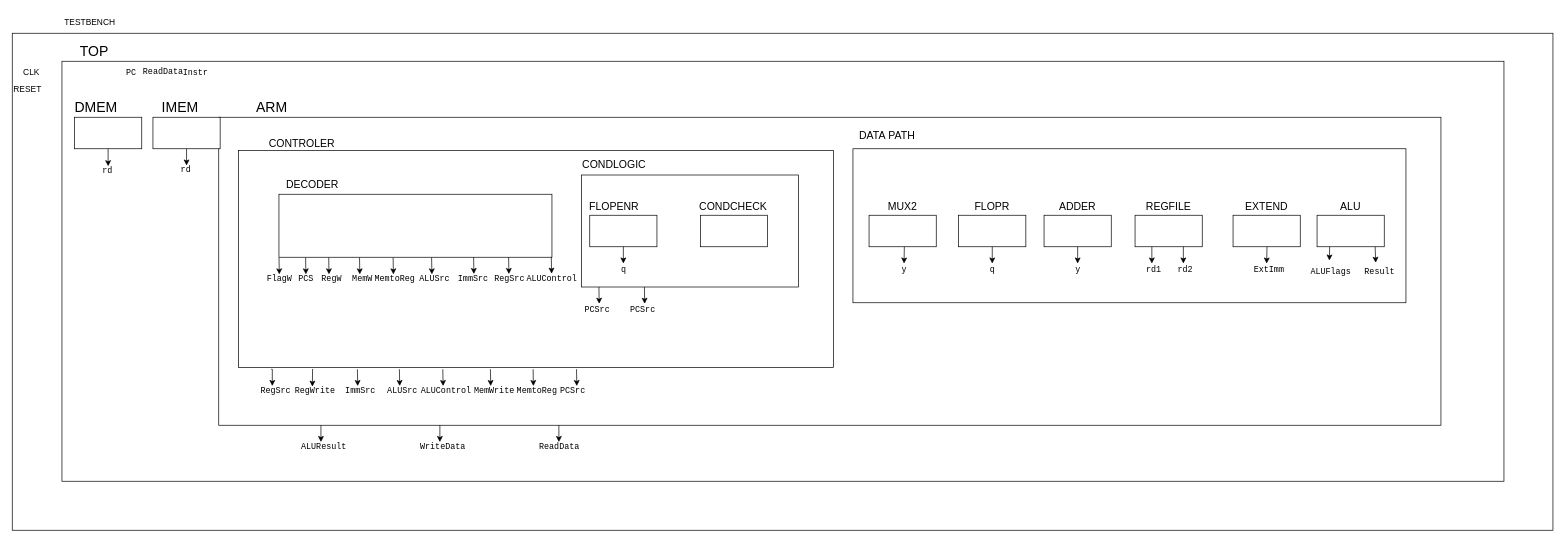
This is ACSE.drawio from Lucas2408/ACSE, a draw.io file, before an edit. Source tidied: cells renumbered, new cells numbered last; positions are measured from the earlier drawing's top-left corner, leaving out a move shared by most shapes. Both pictures are drawn from the tidied source at 70%, with x=0, y=0 at pixel (12, 12).
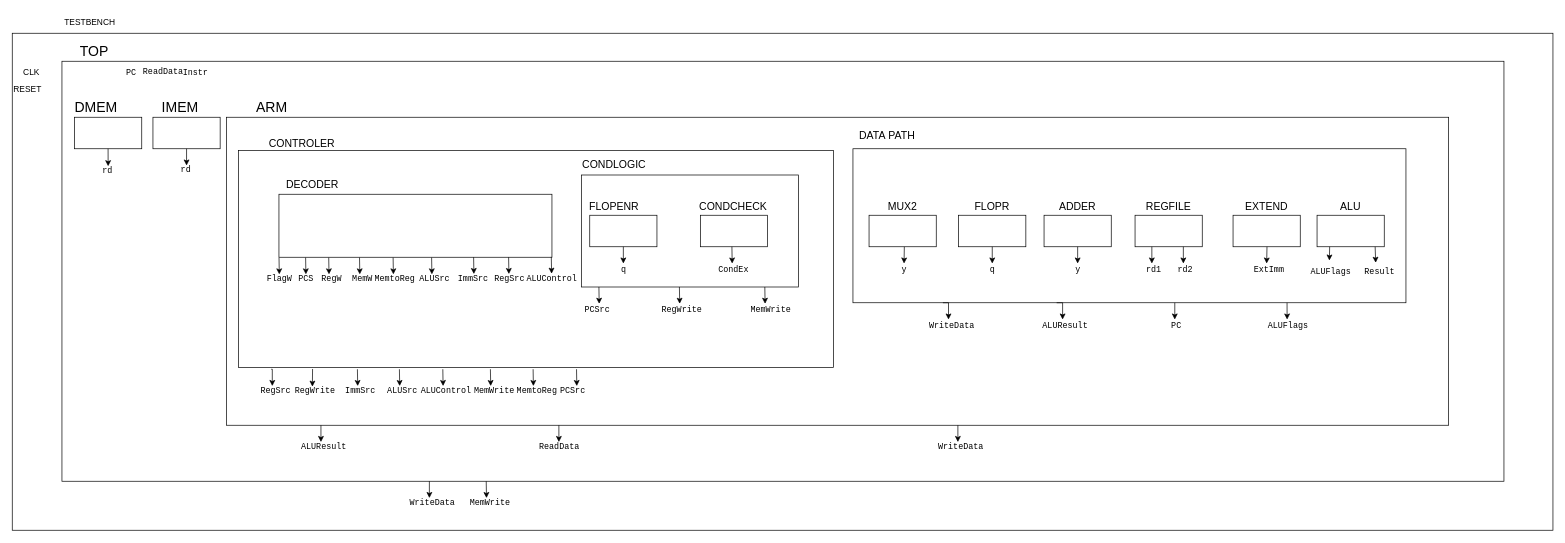
The same diagram, later.

The change refers to these unchanged cells:
```xml
<mxCell id="19" style="rounded=0;whiteSpace=wrap;html=1;" parent="1" vertex="1">
  <mxGeometry x="1201" y="195" width="790" height="220" as="geometry" />
</mxCell>
```

What changed in the source:
```diff
@@
     <mxCell id="8" style="rounded=0;whiteSpace=wrap;html=1;" parent="1" vertex="1">
-      <mxGeometry x="295" y="150" width="1746" height="440" as="geometry" />
+      <mxGeometry x="306" y="150" width="1746" height="440" as="geometry" />
     </mxCell>
@@
     <mxCell id="65" value="&lt;code&gt;WriteData&lt;/code&gt;" style="text;html=1;align=left;verticalAlign=middle;whiteSpace=wrap;rounded=0;" parent="1" vertex="1">
-      <mxGeometry x="581" y="614" width="60" height="11" as="geometry" />
+      <mxGeometry x="1321" y="614" width="60" height="11" as="geometry" />
     </mxCell>
     <mxCell id="66" style="edgeStyle=orthogonalEdgeStyle;rounded=0;orthogonalLoop=1;jettySize=auto;html=1;entryX=0.5;entryY=0;entryDx=0;entryDy=0;" parent="1" edge="1">
       <mxGeometry relative="1" as="geometry">
-        <mxPoint x="610.9" y="590" as="sourcePoint" />
-        <mxPoint x="610.9" y="614" as="targetPoint" />
+        <mxPoint x="1350.9" y="590" as="sourcePoint" />
+        <mxPoint x="1350.9" y="614" as="targetPoint" />
       </mxGeometry>
     </mxCell>
@@
     <mxCell id="105" style="edgeStyle=orthogonalEdgeStyle;rounded=0;orthogonalLoop=1;jettySize=auto;html=1;exitX=0.486;exitY=1;exitDx=0;exitDy=0;exitPerimeter=0;" parent="1" edge="1">
       <mxGeometry relative="1" as="geometry">
-        <mxPoint x="903.1" y="392.5" as="sourcePoint" />
-        <mxPoint x="903.5" y="416.5" as="targetPoint" />
+        <mxPoint x="953.1" y="392.5" as="sourcePoint" />
+        <mxPoint x="953.5" y="416.5" as="targetPoint" />
       </mxGeometry>
     </mxCell>
-    <mxCell id="106" value="&lt;code&gt;PCSrc&lt;/code&gt;" style="text;html=1;align=left;verticalAlign=middle;whiteSpace=wrap;rounded=0;" parent="1" vertex="1">
-      <mxGeometry x="881" y="419.5" width="40" height="11" as="geometry" />
+    <mxCell id="106" value="&lt;code&gt;RegWrite&lt;/code&gt;" style="text;html=1;align=left;verticalAlign=middle;whiteSpace=wrap;rounded=0;" parent="1" vertex="1">
+      <mxGeometry x="926" y="419.5" width="40" height="11" as="geometry" />
     </mxCell>
+    <mxCell id="107" value="&lt;code&gt;MemWrite&lt;/code&gt;" style="text;html=1;align=left;verticalAlign=middle;whiteSpace=wrap;rounded=0;" parent="1" vertex="1">
+      <mxGeometry x="1053" y="419.5" width="40" height="11" as="geometry" />
+    </mxCell>
+    <mxCell id="108" style="edgeStyle=orthogonalEdgeStyle;rounded=0;orthogonalLoop=1;jettySize=auto;html=1;exitX=0.486;exitY=1;exitDx=0;exitDy=0;exitPerimeter=0;" parent="1" edge="1">
+      <mxGeometry relative="1" as="geometry">
+        <mxPoint x="1075.1" y="392.5" as="sourcePoint" />
+        <mxPoint x="1075.5" y="416.5" as="targetPoint" />
+      </mxGeometry>
+    </mxCell>
+    <mxCell id="109" value="&lt;code&gt;CondEx&lt;/code&gt;" style="text;html=1;align=left;verticalAlign=middle;whiteSpace=wrap;rounded=0;" parent="1" vertex="1">
+      <mxGeometry x="1007" y="362" width="40" height="11" as="geometry" />
+    </mxCell>
+    <mxCell id="110" style="edgeStyle=orthogonalEdgeStyle;rounded=0;orthogonalLoop=1;jettySize=auto;html=1;exitX=0.486;exitY=1;exitDx=0;exitDy=0;exitPerimeter=0;" parent="1" edge="1">
+      <mxGeometry relative="1" as="geometry">
+        <mxPoint x="1028.1" y="335" as="sourcePoint" />
+        <mxPoint x="1028.5" y="359" as="targetPoint" />
+      </mxGeometry>
+    </mxCell>
+    <mxCell id="111" value="&lt;code&gt;ALUFlags&lt;/code&gt;" style="text;html=1;align=left;verticalAlign=middle;whiteSpace=wrap;rounded=0;" parent="1" vertex="1">
+      <mxGeometry x="1791.5" y="439" width="59.5" height="16" as="geometry" />
+    </mxCell>
+    <mxCell id="112" style="edgeStyle=orthogonalEdgeStyle;rounded=0;jettySize=auto;html=1;entryX=0.5;entryY=0;entryDx=0;entryDy=0;exitX=0.785;exitY=1;exitDx=0;exitDy=0;exitPerimeter=0;" parent="1" edge="1" source="19" target="111">
+      <mxGeometry relative="1" as="geometry" />
+    </mxCell>
+    <mxCell id="113" style="edgeStyle=orthogonalEdgeStyle;rounded=0;jettySize=auto;html=1;entryX=0.5;entryY=0;entryDx=0;entryDy=0;exitX=0.582;exitY=1;exitDx=0;exitDy=0;exitPerimeter=0;" parent="1" edge="1" source="19" target="114">
+      <mxGeometry relative="1" as="geometry" />
+    </mxCell>
+    <mxCell id="114" value="&lt;code&gt;PC&lt;/code&gt;" style="text;html=1;align=left;verticalAlign=middle;whiteSpace=wrap;rounded=0;" parent="1" vertex="1">
+      <mxGeometry x="1653.5" y="439" width="14.5" height="16" as="geometry" />
+    </mxCell>
+    <mxCell id="115" style="edgeStyle=orthogonalEdgeStyle;rounded=0;jettySize=auto;html=1;entryX=0.5;entryY=0;entryDx=0;entryDy=0;" parent="1" edge="1" target="116">
+      <mxGeometry relative="1" as="geometry">
+        <mxPoint x="1492" y="415" as="sourcePoint" />
+      </mxGeometry>
+    </mxCell>
+    <mxCell id="116" value="&lt;code&gt;ALUResult&lt;/code&gt;" style="text;html=1;align=left;verticalAlign=middle;whiteSpace=wrap;rounded=0;" parent="1" vertex="1">
+      <mxGeometry x="1470" y="439" width="61" height="16" as="geometry" />
+    </mxCell>
+    <mxCell id="117" value="&lt;code&gt;WriteData&lt;/code&gt;" style="text;html=1;align=left;verticalAlign=middle;whiteSpace=wrap;rounded=0;" parent="1" vertex="1">
+      <mxGeometry x="1307.5" y="439" width="60" height="16" as="geometry" />
+    </mxCell>
+    <mxCell id="118" style="edgeStyle=orthogonalEdgeStyle;rounded=0;jettySize=auto;html=1;entryX=0.5;entryY=0;entryDx=0;entryDy=0;" parent="1" edge="1" target="117">
+      <mxGeometry relative="1" as="geometry">
+        <mxPoint x="1329.5" y="415" as="sourcePoint" />
+      </mxGeometry>
+    </mxCell>
+    <mxCell id="119" style="edgeStyle=orthogonalEdgeStyle;rounded=0;orthogonalLoop=1;jettySize=auto;html=1;exitX=0.486;exitY=1;exitDx=0;exitDy=0;exitPerimeter=0;" parent="1" edge="1">
+      <mxGeometry relative="1" as="geometry">
+        <mxPoint x="677.1" y="670" as="sourcePoint" />
+        <mxPoint x="677.5" y="694" as="targetPoint" />
+      </mxGeometry>
+    </mxCell>
+    <mxCell id="120" value="&lt;code&gt;MemWrite&lt;/code&gt;" style="text;html=1;align=left;verticalAlign=middle;whiteSpace=wrap;rounded=0;" parent="1" vertex="1">
+      <mxGeometry x="652" y="694" width="58" height="11" as="geometry" />
+    </mxCell>
+    <mxCell id="121" value="&lt;code&gt;WriteData&lt;/code&gt;" style="text;html=1;align=left;verticalAlign=middle;whiteSpace=wrap;rounded=0;" parent="1" vertex="1">
+      <mxGeometry x="566" y="694" width="60" height="11" as="geometry" />
+    </mxCell>
+    <mxCell id="122" style="edgeStyle=orthogonalEdgeStyle;rounded=0;orthogonalLoop=1;jettySize=auto;html=1;entryX=0.5;entryY=0;entryDx=0;entryDy=0;" parent="1" edge="1">
+      <mxGeometry relative="1" as="geometry">
+        <mxPoint x="595.9" y="670" as="sourcePoint" />
+        <mxPoint x="595.9" y="694" as="targetPoint" />
+      </mxGeometry>
+    </mxCell>
```
